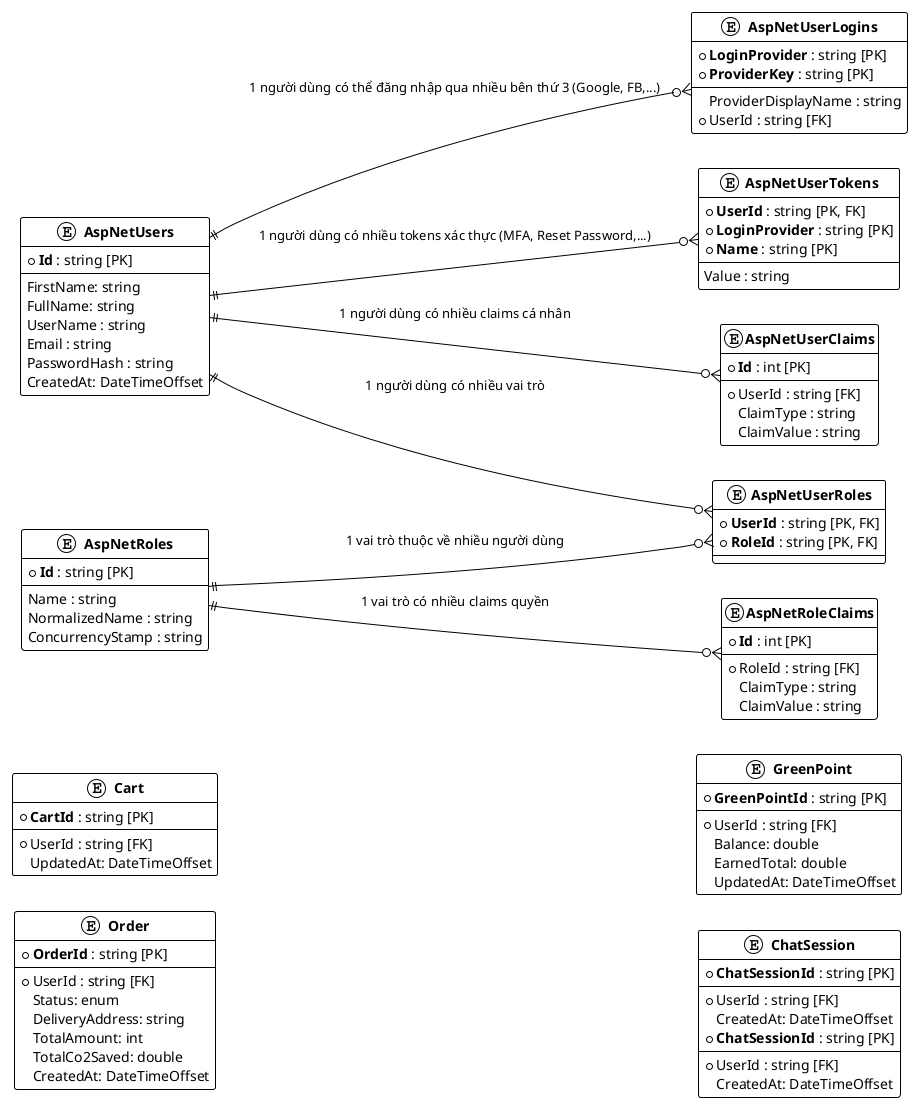
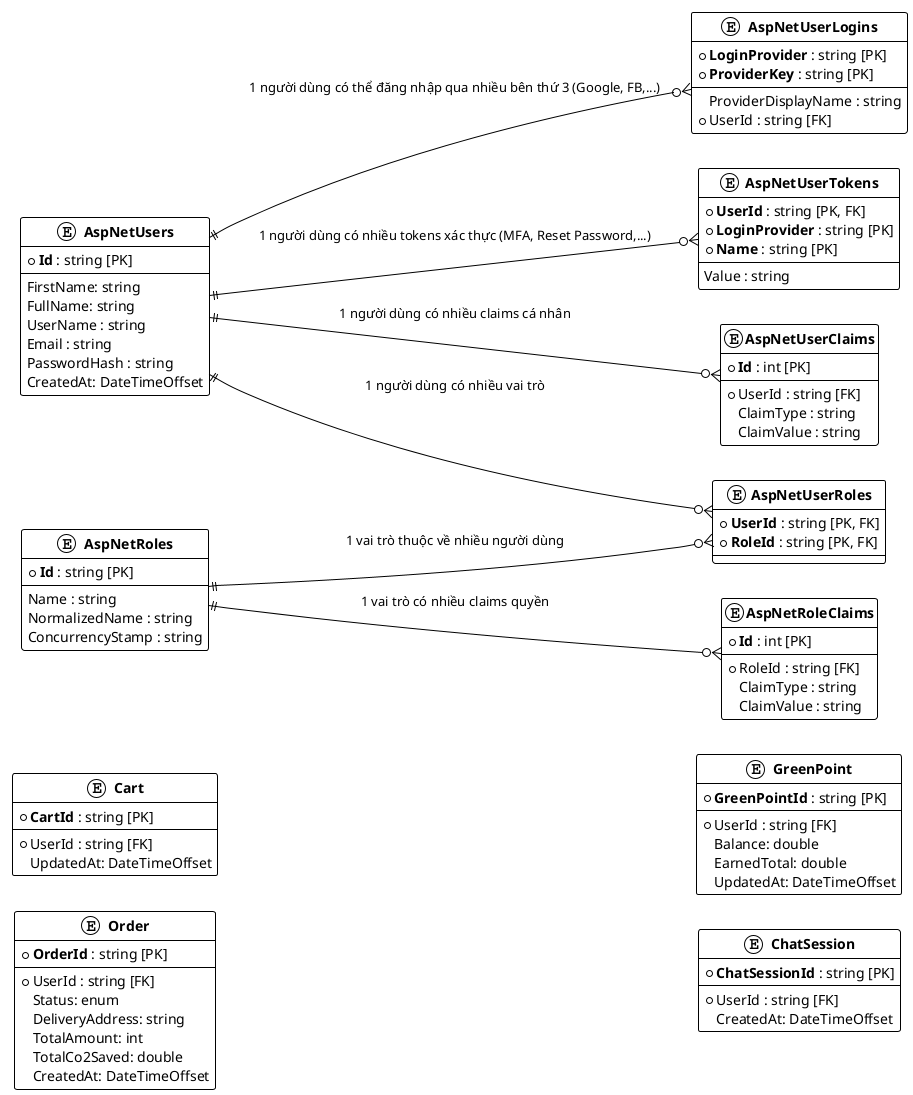
@startuml ASP_NET_Core_Identity_ERD
!theme plain
skinparam changepagecolor white
skinparam shadowing false
skinparam handwritten false
left to right direction

entity "**AspNetUsers**" as Users {
  * **Id** : string [PK]
  --
  FirstName: string
  FullName: string
  UserName : string
  Email : string
  PasswordHash : string
  CreatedAt: DateTimeOffset
  'NormalizedUserName : string
  'NormalizedEmail : string
  'EmailConfirmed : bool
  'SecurityStamp : string
  'ConcurrencyStamp : string
  'PhoneNumber : string
  'PhoneNumberConfirmed : bool
  'TwoFactorEnabled : bool
  'LockoutEnd : DateTimeOffset?
  'LockoutEnabled : bool
  'AccessFailedCount : int
}

entity "**AspNetRoles**" as Roles {
  * **Id** : string [PK]
  --
  Name : string
  NormalizedName : string
  ConcurrencyStamp : string
}

entity "**AspNetUserRoles**" as UserRoles {
  * **UserId** : string [PK, FK]
  * **RoleId** : string [PK, FK]
}

entity "**AspNetUserClaims**" as UserClaims {
  * **Id** : int [PK]
  --
  * UserId : string [FK]
  ClaimType : string
  ClaimValue : string
}

entity "**AspNetRoleClaims**" as RoleClaims {
  * **Id** : int [PK]
  --
  * RoleId : string [FK]
  ClaimType : string
  ClaimValue : string
}

entity "**AspNetUserLogins**" as UserLogins {
  * **LoginProvider** : string [PK]
  * **ProviderKey** : string [PK]
  --
  ProviderDisplayName : string
  * UserId : string [FK]
}

entity "**AspNetUserTokens**" as UserTokens {
  * **UserId** : string [PK, FK]
  * **LoginProvider** : string [PK]
  * **Name** : string [PK]
  --
  Value : string
}

entity "**Cart**" as Cart {
  * **CartId** : string [PK]
  --
  * UserId : string [FK]
  UpdatedAt: DateTimeOffset
}

entity "**Order**" as Order {
  * **OrderId** : string [PK]
  --
  * UserId : string [FK]
  Status: enum
  DeliveryAddress: string
  TotalAmount: int
  TotalCo2Saved: double
  CreatedAt: DateTimeOffset
}

entity "**GreenPoint**" as GreenPoint {
  * **GreenPointId** : string [PK]
  --
  * UserId : string [FK]
  Balance: double
  EarnedTotal: double
  UpdatedAt: DateTimeOffset
}

entity "**ChatSession**" as ChatSession {
  * **ChatSessionId** : string [PK]
  --
  * UserId : string [FK]
  CreatedAt: DateTimeOffset
}

- entity "**ChatSession**" as ChatSession {
-   * **ChatSessionId** : string [PK]
-   --
-   * UserId : string [FK]
-   CreatedAt: DateTimeOffset
- }
- 

' Mối quan hệ giữa các bảng
Users ||--o{ UserRoles : "1 người dùng có nhiều vai trò"
Roles ||--o{ UserRoles : "1 vai trò thuộc về nhiều người dùng"

Users ||--o{ UserClaims : "1 người dùng có nhiều claims cá nhân"
Roles ||--o{ RoleClaims : "1 vai trò có nhiều claims quyền"

Users ||--o{ UserLogins : "1 người dùng có thể đăng nhập qua nhiều bên thứ 3 (Google, FB,...)"
Users ||--o{ UserTokens : "1 người dùng có nhiều tokens xác thực (MFA, Reset Password,...)"

@enduml
